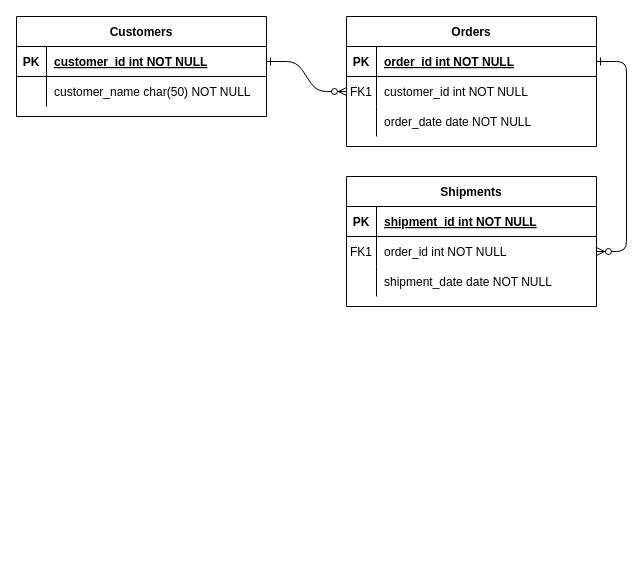
This is schema for Udemy.drawio from geeky-sanjay/class-diagrams, a draw.io file, before an edit. Source tidied: cells renumbered, new cells numbered last; positions are measured from the earlier drawing's top-left corner, leaving out a move shared by most shapes. Both pictures are drawn from the tidied source at 100%, with x=0, y=0 at pixel (16, 16).
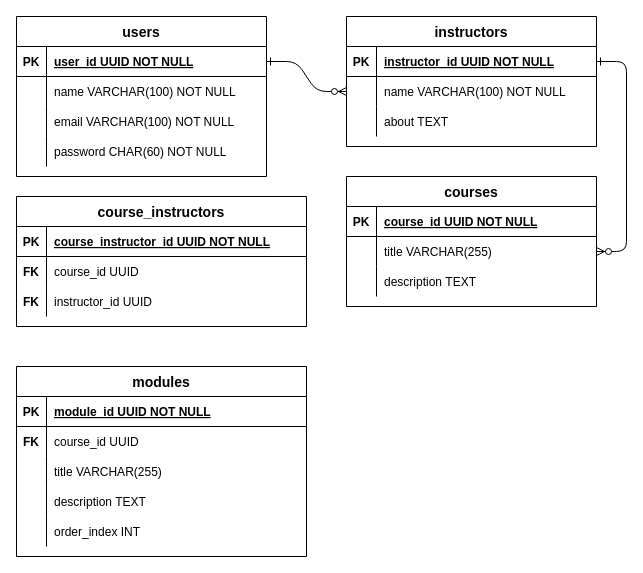
Above is the later version.

The change refers to these unchanged cells:
```xml
<mxCell id="5" style="shape=partialRectangle;fillColor=none;points=[[0,0.5],[1,0.5]];portConstraint=eastwest;top=0;left=0;right=0;bottom=1;" parent="4" vertex="1">
  <mxGeometry y="30" width="250" height="30" as="geometry" />
</mxCell>
<mxCell id="8" style="shape=partialRectangle;fillColor=none;points=[[0,0.5],[1,0.5]];portConstraint=eastwest;top=0;left=0;right=0;bottom=0;" parent="4" vertex="1">
  <mxGeometry y="60" width="250" height="30" as="geometry" />
</mxCell>
<mxCell id="11" style="shape=partialRectangle;fillColor=none;top=0;left=0;right=0;bottom=0;" parent="4" vertex="1">
  <mxGeometry y="90" width="250" height="30" as="geometry" />
</mxCell>
<mxCell id="15" style="shape=partialRectangle;fillColor=none;top=0;left=0;right=0;bottom=1;" parent="14" vertex="1">
  <mxGeometry y="30" width="250" height="30" as="geometry" />
</mxCell>
<mxCell id="18" style="shape=partialRectangle;fillColor=none;points=[[0,0.5],[1,0.5]];portConstraint=eastwest;top=0;left=0;right=0;bottom=0;" parent="14" vertex="1">
  <mxGeometry y="60" width="250" height="30" as="geometry" />
</mxCell>
<mxCell id="21" style="shape=partialRectangle;fillColor=none;top=0;left=0;right=0;bottom=0;" parent="14" vertex="1">
  <mxGeometry y="90" width="250" height="30" as="geometry" />
</mxCell>
<mxCell id="25" style="shape=partialRectangle;fillColor=none;points=[[0,0.5],[1,0.5]];portConstraint=eastwest;top=0;left=0;right=0;bottom=1;" parent="24" vertex="1">
  <mxGeometry y="30" width="250" height="30" as="geometry" />
</mxCell>
<mxCell id="28" style="shape=partialRectangle;fillColor=none;top=0;left=0;right=0;bottom=0;" parent="24" vertex="1">
  <mxGeometry y="60" width="250" height="30" as="geometry" />
</mxCell>
```

Change to the diagram source:
```diff
@@
-    <mxCell id="4" value="Orders" style="shape=table;startSize=30;childLayout=tableLayout;rowLines=0;fontStyle=1;align=center;" parent="1" vertex="1">
+    <mxCell id="4" value="instructors" style="shape=table;startSize=30;childLayout=tableLayout;rowLines=0;fontStyle=1;align=center;fontSize=14;" parent="1" vertex="1">
       <mxGeometry x="330" width="250" height="130" as="geometry" />
     </mxCell>
@@
-    <mxCell id="7" value="order_id int NOT NULL " style="shape=partialRectangle;overflow=hidden;fillColor=none;top=0;left=0;bottom=0;right=0;align=left;spacingLeft=6;fontStyle=5;" parent="5" vertex="1">
+    <mxCell id="7" value="instructor_id UUID NOT NULL " style="shape=partialRectangle;overflow=hidden;fillColor=none;top=0;left=0;bottom=0;right=0;align=left;spacingLeft=6;fontStyle=5;" parent="5" vertex="1">
       <mxGeometry x="30" width="220" height="30" as="geometry" />
     </mxCell>
@@
-    <mxCell id="9" value="FK1" style="shape=partialRectangle;overflow=hidden;fillColor=none;top=0;left=0;bottom=0;right=0;" parent="8" vertex="1">
+    <mxCell id="9" style="shape=partialRectangle;overflow=hidden;fillColor=none;top=0;left=0;bottom=0;right=0;" parent="8" vertex="1">
       <mxGeometry width="30" height="30" as="geometry" />
     </mxCell>
-    <mxCell id="10" value="customer_id int NOT NULL" style="shape=partialRectangle;overflow=hidden;fillColor=none;top=0;left=0;bottom=0;right=0;align=left;spacingLeft=6;" parent="8" vertex="1">
+    <mxCell id="10" value="name VARCHAR(100) NOT NULL" style="shape=partialRectangle;overflow=hidden;fillColor=none;top=0;left=0;bottom=0;right=0;align=left;spacingLeft=6;" parent="8" vertex="1">
       <mxGeometry x="30" width="220" height="30" as="geometry" />
     </mxCell>
@@
-    <mxCell id="13" value="order_date date NOT NULL" style="shape=partialRectangle;overflow=hidden;fillColor=none;top=0;left=0;bottom=0;right=0;align=left;spacingLeft=6;" parent="11" vertex="1">
+    <mxCell id="13" value="about TEXT" style="shape=partialRectangle;overflow=hidden;fillColor=none;top=0;left=0;bottom=0;right=0;align=left;spacingLeft=6;" parent="11" vertex="1">
       <mxGeometry x="30" width="220" height="30" as="geometry" />
     </mxCell>
-    <mxCell id="14" value="Shipments" style="shape=table;startSize=30;childLayout=tableLayout;rowLines=0;fontStyle=1;align=center;" parent="1" vertex="1">
+    <mxCell id="14" value="courses" style="shape=table;startSize=30;childLayout=tableLayout;rowLines=0;fontStyle=1;align=center;fontSize=14;" parent="1" vertex="1">
       <mxGeometry x="330" y="160" width="250" height="130" as="geometry" />
     </mxCell>
@@
-    <mxCell id="17" value="shipment_id int NOT NULL " style="shape=partialRectangle;overflow=hidden;fillColor=none;top=0;left=0;bottom=0;right=0;align=left;spacingLeft=6;fontStyle=5;" parent="15" vertex="1">
+    <mxCell id="17" value="course_id UUID NOT NULL " style="shape=partialRectangle;overflow=hidden;fillColor=none;top=0;left=0;bottom=0;right=0;align=left;spacingLeft=6;fontStyle=5;" parent="15" vertex="1">
       <mxGeometry x="30" width="220" height="30" as="geometry" />
     </mxCell>
@@
-    <mxCell id="19" value="FK1" style="shape=partialRectangle;overflow=hidden;fillColor=none;top=0;left=0;bottom=0;right=0;" parent="18" vertex="1">
+    <mxCell id="19" style="shape=partialRectangle;overflow=hidden;fillColor=none;top=0;left=0;bottom=0;right=0;" parent="18" vertex="1">
       <mxGeometry width="30" height="30" as="geometry" />
     </mxCell>
-    <mxCell id="20" value="order_id int NOT NULL" style="shape=partialRectangle;overflow=hidden;fillColor=none;top=0;left=0;bottom=0;right=0;align=left;spacingLeft=6;" parent="18" vertex="1">
+    <mxCell id="20" value="title VARCHAR(255)" style="shape=partialRectangle;overflow=hidden;fillColor=none;top=0;left=0;bottom=0;right=0;align=left;spacingLeft=6;" parent="18" vertex="1">
       <mxGeometry x="30" width="220" height="30" as="geometry" />
     </mxCell>
@@
-    <mxCell id="23" value="shipment_date date NOT NULL" style="shape=partialRectangle;overflow=hidden;fillColor=none;top=0;left=0;bottom=0;right=0;align=left;spacingLeft=6;" parent="21" vertex="1">
+    <mxCell id="23" value="description TEXT" style="shape=partialRectangle;overflow=hidden;fillColor=none;top=0;left=0;bottom=0;right=0;align=left;spacingLeft=6;" parent="21" vertex="1">
       <mxGeometry x="30" width="220" height="30" as="geometry" />
     </mxCell>
-    <mxCell id="24" value="Customers" style="shape=table;startSize=30;childLayout=tableLayout;rowLines=0;fontStyle=1;align=center;" parent="1" vertex="1">
-      <mxGeometry width="250" height="100" as="geometry" />
+    <mxCell id="24" value="users" style="shape=table;startSize=30;childLayout=tableLayout;rowLines=0;fontStyle=1;align=center;fontSize=14;" parent="1" vertex="1">
+      <mxGeometry width="250" height="160" as="geometry" />
     </mxCell>
@@
-    <mxCell id="27" value="customer_id int NOT NULL " style="shape=partialRectangle;overflow=hidden;fillColor=none;top=0;left=0;bottom=0;right=0;align=left;spacingLeft=6;fontStyle=5;" parent="25" vertex="1">
+    <mxCell id="27" value="user_id UUID NOT NULL " style="shape=partialRectangle;overflow=hidden;fillColor=none;top=0;left=0;bottom=0;right=0;align=left;spacingLeft=6;fontStyle=5;" parent="25" vertex="1">
       <mxGeometry x="30" width="220" height="30" as="geometry" />
     </mxCell>
@@
-    <mxCell id="30" value="customer_name char(50) NOT NULL" style="shape=partialRectangle;overflow=hidden;fillColor=none;top=0;left=0;bottom=0;right=0;align=left;spacingLeft=6;" parent="28" vertex="1">
+    <mxCell id="30" value="name VARCHAR(100) NOT NULL" style="shape=partialRectangle;overflow=hidden;fillColor=none;top=0;left=0;bottom=0;right=0;align=left;spacingLeft=6;" parent="28" vertex="1">
       <mxGeometry x="30" width="220" height="30" as="geometry" />
     </mxCell>
+    <mxCell id="31" style="shape=partialRectangle;fillColor=none;top=0;left=0;right=0;bottom=0;" parent="24" vertex="1">
+      <mxGeometry y="90" width="250" height="30" as="geometry" />
+    </mxCell>
+    <mxCell id="32" style="shape=partialRectangle;overflow=hidden;fillColor=none;top=0;left=0;bottom=0;right=0;" parent="31" vertex="1">
+      <mxGeometry width="30" height="30" as="geometry" />
+    </mxCell>
+    <mxCell id="33" value="email VARCHAR(100) NOT NULL" style="shape=partialRectangle;overflow=hidden;fillColor=none;top=0;left=0;bottom=0;right=0;align=left;spacingLeft=6;" parent="31" vertex="1">
+      <mxGeometry x="30" width="220" height="30" as="geometry" />
+    </mxCell>
+    <mxCell id="34" style="shape=partialRectangle;fillColor=none;top=0;left=0;right=0;bottom=0;" parent="24" vertex="1">
+      <mxGeometry y="120" width="250" height="30" as="geometry" />
+    </mxCell>
+    <mxCell id="35" style="shape=partialRectangle;overflow=hidden;fillColor=none;top=0;left=0;bottom=0;right=0;" parent="34" vertex="1">
+      <mxGeometry width="30" height="30" as="geometry" />
+    </mxCell>
+    <mxCell id="36" value="password CHAR(60) NOT NULL" style="shape=partialRectangle;overflow=hidden;fillColor=none;top=0;left=0;bottom=0;right=0;align=left;spacingLeft=6;" parent="34" vertex="1">
+      <mxGeometry x="30" width="220" height="30" as="geometry" />
+    </mxCell>
+    <mxCell id="37" value="course_instructors" style="shape=table;startSize=30;childLayout=tableLayout;rowLines=0;fontStyle=1;align=center;fontSize=14;" parent="1" vertex="1">
+      <mxGeometry y="180" width="290" height="130" as="geometry" />
+    </mxCell>
+    <mxCell id="38" style="shape=partialRectangle;fillColor=none;top=0;left=0;right=0;bottom=1;" parent="37" vertex="1">
+      <mxGeometry y="30" width="290" height="30" as="geometry" />
+    </mxCell>
+    <mxCell id="39" value="PK" style="shape=partialRectangle;overflow=hidden;fillColor=none;top=0;left=0;bottom=0;right=0;fontStyle=1;" parent="38" vertex="1">
+      <mxGeometry width="30" height="30" as="geometry" />
+    </mxCell>
+    <mxCell id="40" value="course_instructor_id UUID NOT NULL " style="shape=partialRectangle;overflow=hidden;fillColor=none;top=0;left=0;bottom=0;right=0;align=left;spacingLeft=6;fontStyle=5;" parent="38" vertex="1">
+      <mxGeometry x="30" width="260" height="30" as="geometry" />
+    </mxCell>
+    <mxCell id="41" style="shape=partialRectangle;fillColor=none;top=0;left=0;right=0;bottom=0;" parent="37" vertex="1">
+      <mxGeometry y="60" width="290" height="30" as="geometry" />
+    </mxCell>
+    <mxCell id="42" value="FK" style="shape=partialRectangle;overflow=hidden;fillColor=none;top=0;left=0;bottom=0;right=0;fontStyle=1;" parent="41" vertex="1">
+      <mxGeometry width="30" height="30" as="geometry" />
+    </mxCell>
+    <mxCell id="43" value="course_id UUID" style="shape=partialRectangle;overflow=hidden;fillColor=none;top=0;left=0;bottom=0;right=0;align=left;spacingLeft=6;" parent="41" vertex="1">
+      <mxGeometry x="30" width="260" height="30" as="geometry" />
+    </mxCell>
+    <mxCell id="44" style="shape=partialRectangle;fillColor=none;top=0;left=0;right=0;bottom=0;" parent="37" vertex="1">
+      <mxGeometry y="90" width="290" height="30" as="geometry" />
+    </mxCell>
+    <mxCell id="45" value="FK" style="shape=partialRectangle;overflow=hidden;fillColor=none;top=0;left=0;bottom=0;right=0;fontStyle=1;" parent="44" vertex="1">
+      <mxGeometry width="30" height="30" as="geometry" />
+    </mxCell>
+    <mxCell id="46" value="instructor_id UUID" style="shape=partialRectangle;overflow=hidden;fillColor=none;top=0;left=0;bottom=0;right=0;align=left;spacingLeft=6;" parent="44" vertex="1">
+      <mxGeometry x="30" width="260" height="30" as="geometry" />
+    </mxCell>
+    <mxCell id="47" value="modules" style="shape=table;startSize=30;childLayout=tableLayout;rowLines=0;fontStyle=1;align=center;fontSize=14;" parent="1" vertex="1">
+      <mxGeometry y="350" width="290" height="190" as="geometry" />
+    </mxCell>
+    <mxCell id="48" style="shape=partialRectangle;fillColor=none;top=0;left=0;right=0;bottom=1;" parent="47" vertex="1">
+      <mxGeometry y="30" width="290" height="30" as="geometry" />
+    </mxCell>
+    <mxCell id="49" value="PK" style="shape=partialRectangle;overflow=hidden;fillColor=none;top=0;left=0;bottom=0;right=0;fontStyle=1;" parent="48" vertex="1">
+      <mxGeometry width="30" height="30" as="geometry" />
+    </mxCell>
+    <mxCell id="50" value="module_id UUID NOT NULL " style="shape=partialRectangle;overflow=hidden;fillColor=none;top=0;left=0;bottom=0;right=0;align=left;spacingLeft=6;fontStyle=5;" parent="48" vertex="1">
+      <mxGeometry x="30" width="260" height="30" as="geometry" />
+    </mxCell>
+    <mxCell id="51" style="shape=partialRectangle;fillColor=none;top=0;left=0;right=0;bottom=0;" parent="47" vertex="1">
+      <mxGeometry y="60" width="290" height="30" as="geometry" />
+    </mxCell>
+    <mxCell id="52" value="FK" style="shape=partialRectangle;overflow=hidden;fillColor=none;top=0;left=0;bottom=0;right=0;fontStyle=1;" parent="51" vertex="1">
+      <mxGeometry width="30" height="30" as="geometry" />
+    </mxCell>
+    <mxCell id="53" value="course_id UUID" style="shape=partialRectangle;overflow=hidden;fillColor=none;top=0;left=0;bottom=0;right=0;align=left;spacingLeft=6;" parent="51" vertex="1">
+      <mxGeometry x="30" width="260" height="30" as="geometry" />
+    </mxCell>
+    <mxCell id="54" style="shape=partialRectangle;fillColor=none;top=0;left=0;right=0;bottom=0;" parent="47" vertex="1">
+      <mxGeometry y="90" width="290" height="30" as="geometry" />
+    </mxCell>
+    <mxCell id="55" style="shape=partialRectangle;overflow=hidden;fillColor=none;top=0;left=0;bottom=0;right=0;fontStyle=1;" parent="54" vertex="1">
+      <mxGeometry width="30" height="30" as="geometry" />
+    </mxCell>
+    <mxCell id="56" value="title VARCHAR(255)" style="shape=partialRectangle;overflow=hidden;fillColor=none;top=0;left=0;bottom=0;right=0;align=left;spacingLeft=6;" parent="54" vertex="1">
+      <mxGeometry x="30" width="260" height="30" as="geometry" />
+    </mxCell>
+    <mxCell id="57" style="shape=partialRectangle;fillColor=none;top=0;left=0;right=0;bottom=0;" parent="47" vertex="1">
+      <mxGeometry y="120" width="290" height="30" as="geometry" />
+    </mxCell>
+    <mxCell id="58" style="shape=partialRectangle;overflow=hidden;fillColor=none;top=0;left=0;bottom=0;right=0;fontStyle=1;" parent="57" vertex="1">
+      <mxGeometry width="30" height="30" as="geometry" />
+    </mxCell>
+    <mxCell id="59" value="description TEXT" style="shape=partialRectangle;overflow=hidden;fillColor=none;top=0;left=0;bottom=0;right=0;align=left;spacingLeft=6;" parent="57" vertex="1">
+      <mxGeometry x="30" width="260" height="30" as="geometry" />
+    </mxCell>
+    <mxCell id="60" style="shape=partialRectangle;fillColor=none;top=0;left=0;right=0;bottom=0;" parent="47" vertex="1">
+      <mxGeometry y="150" width="290" height="30" as="geometry" />
+    </mxCell>
+    <mxCell id="61" style="shape=partialRectangle;overflow=hidden;fillColor=none;top=0;left=0;bottom=0;right=0;fontStyle=1;" parent="60" vertex="1">
+      <mxGeometry width="30" height="30" as="geometry" />
+    </mxCell>
+    <mxCell id="62" value="order_index INT" style="shape=partialRectangle;overflow=hidden;fillColor=none;top=0;left=0;bottom=0;right=0;align=left;spacingLeft=6;" parent="60" vertex="1">
+      <mxGeometry x="30" width="260" height="30" as="geometry" />
+    </mxCell>
```
